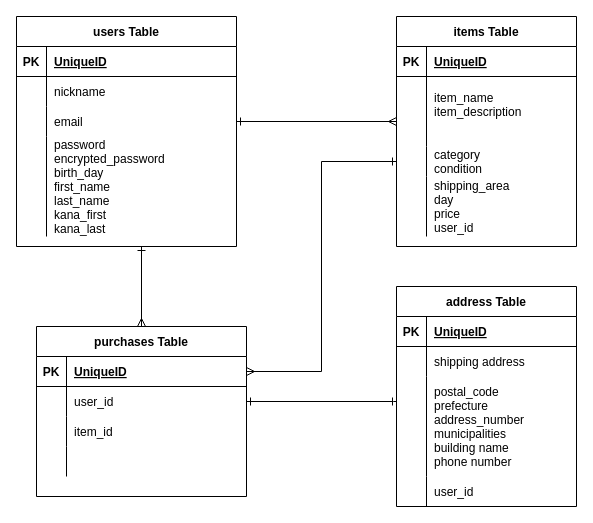
This is test.dio from tyanyu0614/furima-31671, a draw.io file, before an edit. Source tidied: cells renumbered, new cells numbered last; positions are measured from the earlier drawing's top-left corner, leaving out a move shared by most shapes. Both pictures are drawn from the tidied source at 100%, with x=0, y=0 at pixel (16, 16).
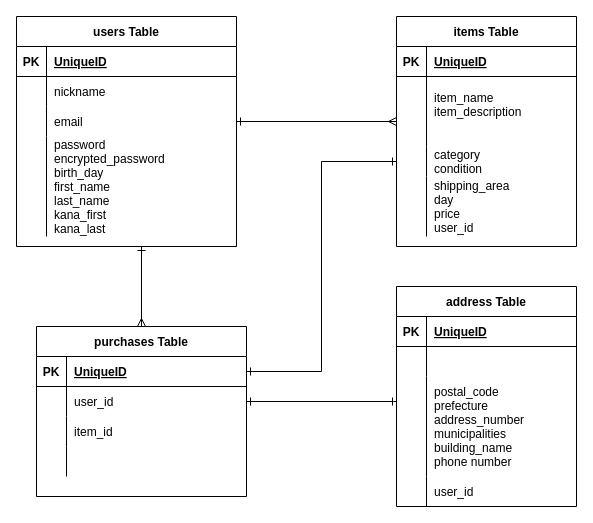
The same page after the edit.

Unchanged cells that the change refers to:
```xml
<mxCell id="7" style="shape=partialRectangle;fillColor=none;top=0;left=0;bottom=0;right=0;" parent="3" vertex="1">
  <mxGeometry y="60" width="180" height="30" as="geometry" />
</mxCell>
<mxCell id="10" style="shape=partialRectangle;fillColor=none;top=0;left=0;bottom=0;right=0;" parent="3" vertex="1">
  <mxGeometry y="90" width="180" height="100" as="geometry" />
</mxCell>
<mxCell id="20" style="shape=partialRectangle;fillColor=none;top=0;left=0;bottom=1;right=0;points=[[0,0.5],[1,0.5]];portConstraint=eastwest;" parent="19" vertex="1">
  <mxGeometry y="30" width="210" height="30" as="geometry" />
</mxCell>
<mxCell id="52" style="shape=partialRectangle;fillColor=none;top=0;left=0;bottom=0;right=0;points=[[0,0.5],[1,0.5]];portConstraint=eastwest;" parent="45" vertex="1">
  <mxGeometry y="130" width="180" height="30" as="geometry" />
</mxCell>
```

What changed in the source:
```diff
@@
-    <mxCell id="9" value="shipping address" style="shape=partialRectangle;fillColor=none;top=0;left=0;bottom=0;right=0;align=left;spacingLeft=6;overflow=hidden;" parent="7" vertex="1">
+    <mxCell id="9" style="shape=partialRectangle;fillColor=none;top=0;left=0;bottom=0;right=0;align=left;spacingLeft=6;overflow=hidden;" parent="7" vertex="1">
       <mxGeometry x="30" width="150" height="30" as="geometry" />
     </mxCell>
@@
-    <mxCell id="12" value="postal_code&#10;prefecture&#10;address_number&#10;municipalities&#10;building name&#10;phone number" style="shape=partialRectangle;fillColor=none;top=0;left=0;bottom=0;right=0;align=left;spacingLeft=6;overflow=hidden;" parent="10" vertex="1">
+    <mxCell id="12" value="postal_code&#10;prefecture&#10;address_number&#10;municipalities&#10;building_name&#10;phone number" style="shape=partialRectangle;fillColor=none;top=0;left=0;bottom=0;right=0;align=left;spacingLeft=6;overflow=hidden;" parent="10" vertex="1">
       <mxGeometry x="30" width="150" height="100" as="geometry" />
     </mxCell>
@@
-    <mxCell id="18" style="edgeStyle=orthogonalEdgeStyle;rounded=0;jettySize=auto;html=1;exitX=1;exitY=0.5;exitDx=0;exitDy=0;startArrow=ERmany;startFill=0;endArrow=ERone;endFill=0;entryX=0;entryY=0.5;entryDx=0;entryDy=0;" parent="1" edge="1" source="20" target="52">
+    <mxCell id="18" style="edgeStyle=orthogonalEdgeStyle;rounded=0;jettySize=auto;html=1;exitX=1;exitY=0.5;exitDx=0;exitDy=0;startArrow=ERone;startFill=0;endArrow=ERone;endFill=0;entryX=0;entryY=0.5;entryDx=0;entryDy=0;" parent="1" edge="1" source="20" target="52">
       <mxGeometry relative="1" as="geometry" />
     </mxCell>
```
